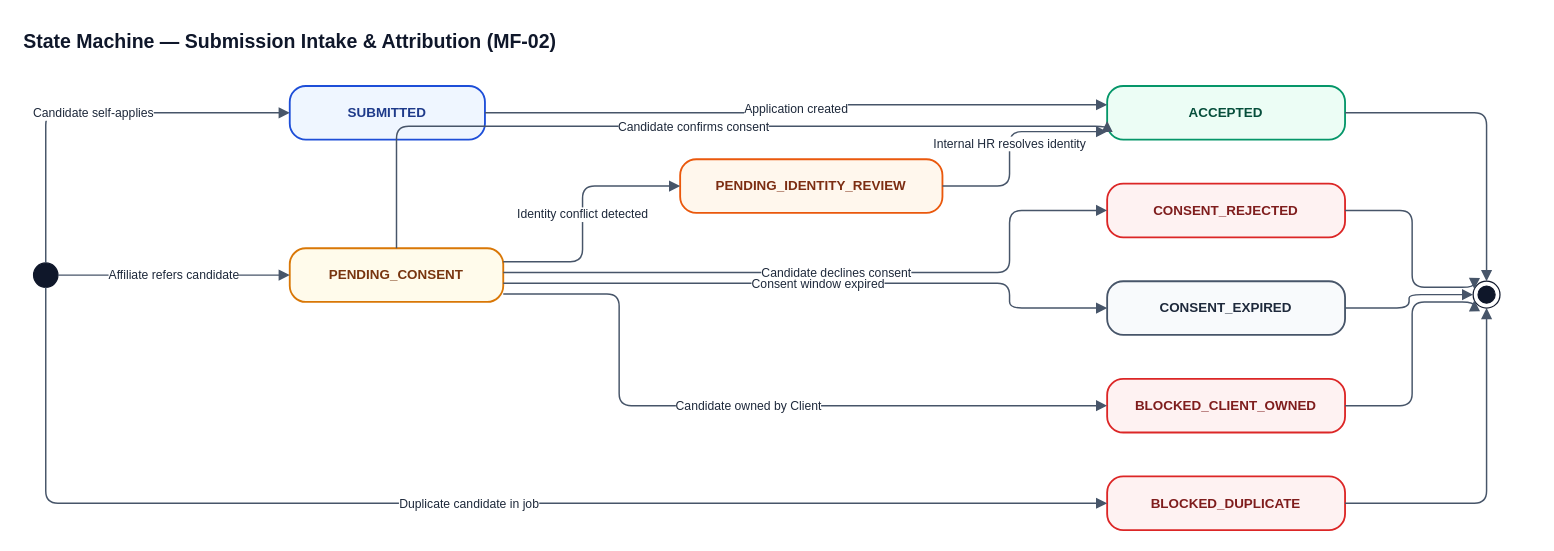
Above: docs/diagrams/state-machines/source/sm-submission.drawio in hoangqui794/hr-connect (draw.io), before the change. Source tidied: cells renumbered, new cells numbered last; positions are measured from the earlier drawing's top-left corner, leaving out a move shared by most shapes. Both pictures are drawn from the tidied source at 122%, with x=0, y=0 at pixel (21, 21).
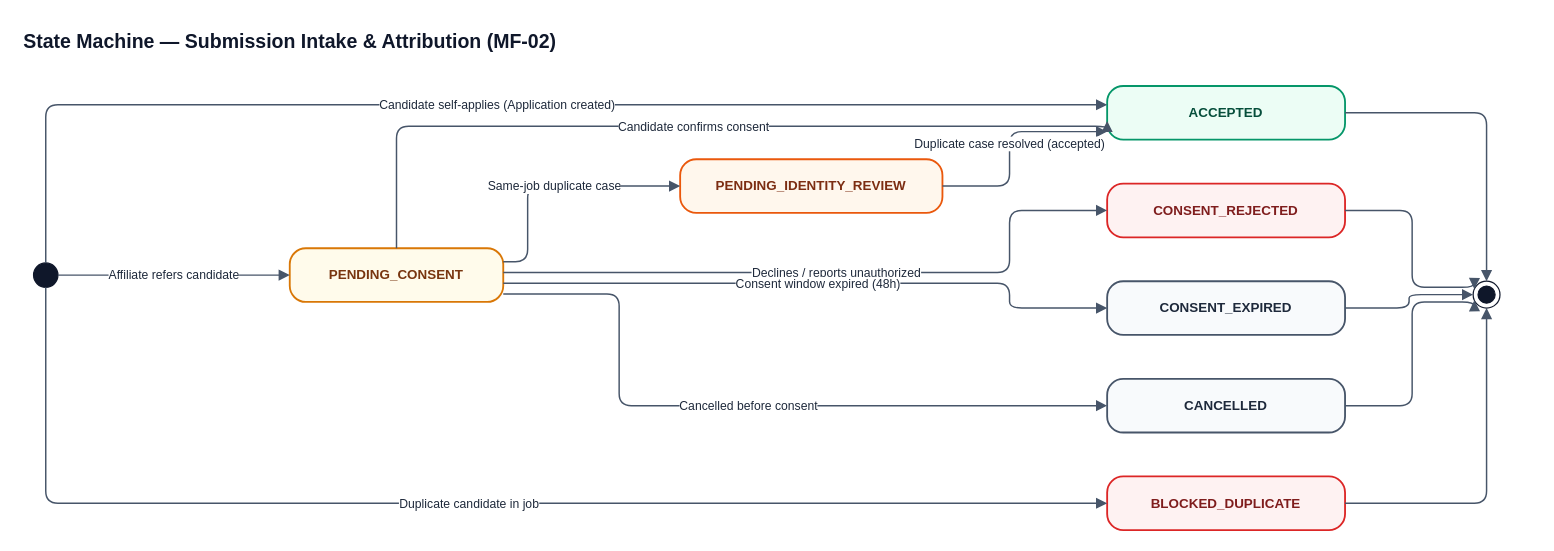
The same diagram, later.

Unchanged cells that the change refers to:
```xml
<mxCell id="3" style="ellipse;fillColor=#0F172A;strokeColor=#0F172A;html=1;" parent="1" vertex="1">
  <mxGeometry x="10" y="198" width="20" height="20" as="geometry" />
</mxCell>
<mxCell id="5" value="PENDING_CONSENT" style="rounded=1;whiteSpace=wrap;html=1;arcSize=30;fillColor=#FFFBEB;strokeColor=#D97706;strokeWidth=1.5;fontStyle=1;fontSize=11;fontFamily=Helvetica;fontColor=#78350F;" parent="1" vertex="1">
  <mxGeometry x="220" y="186" width="175" height="44" as="geometry" />
</mxCell>
<mxCell id="6" value="PENDING_IDENTITY_REVIEW" style="rounded=1;whiteSpace=wrap;html=1;arcSize=30;fillColor=#FFF7ED;strokeColor=#EA580C;strokeWidth=1.5;fontStyle=1;fontSize=11;fontFamily=Helvetica;fontColor=#7C2D12;" parent="1" vertex="1">
  <mxGeometry x="540" y="113" width="215" height="44" as="geometry" />
</mxCell>
<mxCell id="7" value="ACCEPTED" style="rounded=1;whiteSpace=wrap;html=1;arcSize=30;fillColor=#ECFDF5;strokeColor=#059669;strokeWidth=1.5;fontStyle=1;fontSize=11;fontFamily=Helvetica;fontColor=#064E3B;" parent="1" vertex="1">
  <mxGeometry x="890" y="53" width="195" height="44" as="geometry" />
</mxCell>
<mxCell id="8" value="CONSENT_REJECTED" style="rounded=1;whiteSpace=wrap;html=1;arcSize=30;fillColor=#FEF2F2;strokeColor=#DC2626;strokeWidth=1.5;fontStyle=1;fontSize=11;fontFamily=Helvetica;fontColor=#7F1D1D;" parent="1" vertex="1">
  <mxGeometry x="890" y="133" width="195" height="44" as="geometry" />
</mxCell>
<mxCell id="9" value="CONSENT_EXPIRED" style="rounded=1;whiteSpace=wrap;html=1;arcSize=30;fillColor=#F8FAFC;strokeColor=#475569;strokeWidth=1.5;fontStyle=1;fontSize=11;fontFamily=Helvetica;fontColor=#1E293B;" parent="1" vertex="1">
  <mxGeometry x="890" y="213" width="195" height="44" as="geometry" />
</mxCell>
```

Diff of the diagram source:
```diff
@@
-    <mxCell id="4" value="SUBMITTED" style="rounded=1;whiteSpace=wrap;html=1;arcSize=30;fillColor=#EFF6FF;strokeColor=#1D4ED8;strokeWidth=1.5;fontStyle=1;fontSize=11;fontFamily=Helvetica;fontColor=#1E3A8A;" parent="1" vertex="1">
-      <mxGeometry x="220" y="53" width="160" height="44" as="geometry" />
-    </mxCell>
@@
-    <mxCell id="10" value="BLOCKED_CLIENT_OWNED" style="rounded=1;whiteSpace=wrap;html=1;arcSize=30;fillColor=#FEF2F2;strokeColor=#DC2626;strokeWidth=1.5;fontStyle=1;fontSize=11;fontFamily=Helvetica;fontColor=#7F1D1D;" parent="1" vertex="1">
+    <mxCell id="10" value="CANCELLED" style="rounded=1;whiteSpace=wrap;html=1;arcSize=30;fillColor=#F8FAFC;strokeColor=#475569;strokeWidth=1.5;fontStyle=1;fontSize=11;fontFamily=Helvetica;fontColor=#1E293B;" parent="1" vertex="1">
       <mxGeometry x="890" y="293" width="195" height="44" as="geometry" />
     </mxCell>
@@
-    <mxCell id="13" value="Candidate self-applies" style="edgeStyle=orthogonalEdgeStyle;rounded=1;jettySize=auto;html=1;endArrow=block;endFill=1;fontSize=10;fontFamily=Helvetica;fontColor=#1E293B;labelBackgroundColor=#FFFFFF;strokeColor=#475569;strokeWidth=1.2;exitX=0.5;exitY=0;exitDx=0;exitDy=0;entryX=0;entryY=0.5;entryDx=0;entryDy=0;" parent="1" edge="1" source="3" target="4">
+    <mxCell id="13" value="Candidate self-applies (Application created)" style="edgeStyle=orthogonalEdgeStyle;rounded=1;jettySize=auto;html=1;endArrow=block;endFill=1;fontSize=10;fontFamily=Helvetica;fontColor=#1E293B;labelBackgroundColor=#FFFFFF;strokeColor=#475569;strokeWidth=1.2;exitX=0.5;exitY=0;exitDx=0;exitDy=0;entryX=0;entryY=0.35;entryDx=0;entryDy=0;" parent="1" edge="1" source="3" target="7">
       <mxGeometry relative="1" as="geometry">
         <Array as="points">
-          <mxPoint x="20" y="75" />
+          <mxPoint x="20" y="68" />
         </Array>
       </mxGeometry>
     </mxCell>
@@
-    <mxCell id="16" value="Application created" style="edgeStyle=orthogonalEdgeStyle;rounded=1;jettySize=auto;html=1;endArrow=block;endFill=1;fontSize=10;fontFamily=Helvetica;fontColor=#1E293B;labelBackgroundColor=#FFFFFF;strokeColor=#475569;strokeWidth=1.2;exitX=1;exitY=0.5;exitDx=0;exitDy=0;entryX=0;entryY=0.35;entryDx=0;entryDy=0;" parent="1" edge="1" source="4" target="7">
-      <mxGeometry relative="1" as="geometry" />
-    </mxCell>
@@
-    <mxCell id="18" value="Identity conflict detected" style="edgeStyle=orthogonalEdgeStyle;rounded=1;jettySize=auto;html=1;endArrow=block;endFill=1;fontSize=10;fontFamily=Helvetica;fontColor=#1E293B;labelBackgroundColor=#FFFFFF;strokeColor=#475569;strokeWidth=1.2;exitX=1;exitY=0.25;exitDx=0;exitDy=0;entryX=0;entryY=0.5;entryDx=0;entryDy=0;" parent="1" edge="1" source="5" target="6">
+    <mxCell id="18" value="Same-job duplicate case" style="edgeStyle=orthogonalEdgeStyle;rounded=1;jettySize=auto;html=1;endArrow=block;endFill=1;fontSize=10;fontFamily=Helvetica;fontColor=#1E293B;labelBackgroundColor=#FFFFFF;strokeColor=#475569;strokeWidth=1.2;exitX=1;exitY=0.25;exitDx=0;exitDy=0;entryX=0;entryY=0.5;entryDx=0;entryDy=0;" parent="1" edge="1" source="5" target="6">
       <mxGeometry relative="1" as="geometry">
         <Array as="points">
-          <mxPoint x="460" y="197" />
-          <mxPoint x="460" y="135" />
+          <mxPoint x="415" y="197" />
+          <mxPoint x="415" y="135" />
         </Array>
       </mxGeometry>
     </mxCell>
-    <mxCell id="19" value="Internal HR resolves identity" style="edgeStyle=orthogonalEdgeStyle;rounded=1;jettySize=auto;html=1;endArrow=block;endFill=1;fontSize=10;fontFamily=Helvetica;fontColor=#1E293B;labelBackgroundColor=#FFFFFF;strokeColor=#475569;strokeWidth=1.2;exitX=1;exitY=0.5;exitDx=0;exitDy=0;entryX=0;entryY=0.85;entryDx=0;entryDy=0;" parent="1" edge="1" source="6" target="7">
+    <mxCell id="19" value="Duplicate case resolved (accepted)" style="edgeStyle=orthogonalEdgeStyle;rounded=1;jettySize=auto;html=1;endArrow=block;endFill=1;fontSize=10;fontFamily=Helvetica;fontColor=#1E293B;labelBackgroundColor=#FFFFFF;strokeColor=#475569;strokeWidth=1.2;exitX=1;exitY=0.5;exitDx=0;exitDy=0;entryX=0;entryY=0.85;entryDx=0;entryDy=0;" parent="1" edge="1" source="6" target="7">
       <mxGeometry relative="1" as="geometry">
         <Array as="points">
           <mxPoint x="810" y="135" />
           <mxPoint x="810" y="90" />
         </Array>
       </mxGeometry>
     </mxCell>
-    <mxCell id="20" value="Candidate declines consent" style="edgeStyle=orthogonalEdgeStyle;rounded=1;jettySize=auto;html=1;endArrow=block;endFill=1;fontSize=10;fontFamily=Helvetica;fontColor=#1E293B;labelBackgroundColor=#FFFFFF;strokeColor=#475569;strokeWidth=1.2;exitX=1;exitY=0.45;exitDx=0;exitDy=0;entryX=0;entryY=0.5;entryDx=0;entryDy=0;" parent="1" edge="1" source="5" target="8">
+    <mxCell id="20" value="Declines / reports unauthorized" style="edgeStyle=orthogonalEdgeStyle;rounded=1;jettySize=auto;html=1;endArrow=block;endFill=1;fontSize=10;fontFamily=Helvetica;fontColor=#1E293B;labelBackgroundColor=#FFFFFF;strokeColor=#475569;strokeWidth=1.2;exitX=1;exitY=0.45;exitDx=0;exitDy=0;entryX=0;entryY=0.5;entryDx=0;entryDy=0;" parent="1" edge="1" source="5" target="8">
       <mxGeometry relative="1" as="geometry">
         <Array as="points">
           <mxPoint x="810" y="206" />
           <mxPoint x="810" y="155" />
         </Array>
       </mxGeometry>
     </mxCell>
-    <mxCell id="21" value="Consent window expired" style="edgeStyle=orthogonalEdgeStyle;rounded=1;jettySize=auto;html=1;endArrow=block;endFill=1;fontSize=10;fontFamily=Helvetica;fontColor=#1E293B;labelBackgroundColor=#FFFFFF;strokeColor=#475569;strokeWidth=1.2;exitX=1;exitY=0.65;exitDx=0;exitDy=0;entryX=0;entryY=0.5;entryDx=0;entryDy=0;" parent="1" edge="1" source="5" target="9">
+    <mxCell id="21" value="Consent window expired (48h)" style="edgeStyle=orthogonalEdgeStyle;rounded=1;jettySize=auto;html=1;endArrow=block;endFill=1;fontSize=10;fontFamily=Helvetica;fontColor=#1E293B;labelBackgroundColor=#FFFFFF;strokeColor=#475569;strokeWidth=1.2;exitX=1;exitY=0.65;exitDx=0;exitDy=0;entryX=0;entryY=0.5;entryDx=0;entryDy=0;" parent="1" edge="1" source="5" target="9">
       <mxGeometry relative="1" as="geometry">
         <Array as="points">
           <mxPoint x="810" y="215" />
           <mxPoint x="810" y="235" />
         </Array>
       </mxGeometry>
     </mxCell>
-    <mxCell id="22" value="Candidate owned by Client" style="edgeStyle=orthogonalEdgeStyle;rounded=1;jettySize=auto;html=1;endArrow=block;endFill=1;fontSize=10;fontFamily=Helvetica;fontColor=#1E293B;labelBackgroundColor=#FFFFFF;strokeColor=#475569;strokeWidth=1.2;exitX=1;exitY=0.85;exitDx=0;exitDy=0;entryX=0;entryY=0.5;entryDx=0;entryDy=0;" parent="1" edge="1" source="5" target="10">
+    <mxCell id="22" value="Cancelled before consent" style="edgeStyle=orthogonalEdgeStyle;rounded=1;jettySize=auto;html=1;endArrow=block;endFill=1;fontSize=10;fontFamily=Helvetica;fontColor=#1E293B;labelBackgroundColor=#FFFFFF;strokeColor=#475569;strokeWidth=1.2;exitX=1;exitY=0.85;exitDx=0;exitDy=0;entryX=0;entryY=0.5;entryDx=0;entryDy=0;" parent="1" edge="1" source="5" target="10">
       <mxGeometry relative="1" as="geometry">
         <Array as="points">
           <mxPoint x="490" y="223" />
           <mxPoint x="490" y="315" />
         </Array>
       </mxGeometry>
     </mxCell>
```
